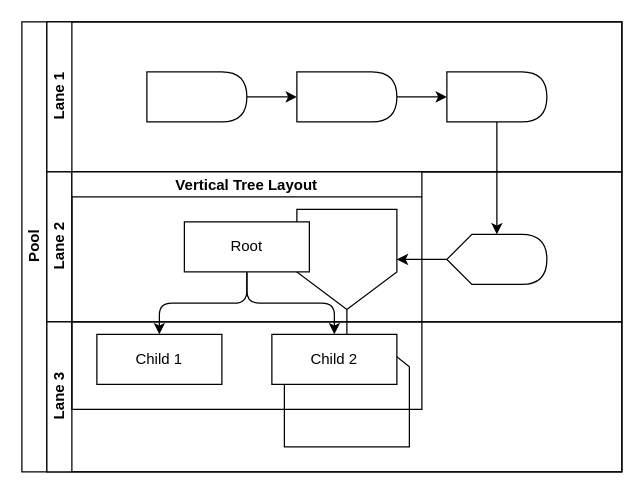
The draw.io diagram page "LayerDemo" (1 of 3) of docs/assets/drawio/exercise.drawio in ShaoOrg/bulletin, before the edit. Source tidied: cells renumbered, new cells numbered last; positions are measured from the earlier drawing's top-left corner, leaving out a move shared by most shapes. Both pictures are drawn from the tidied source at 125%, with x=0, y=0 at pixel (21, 21).
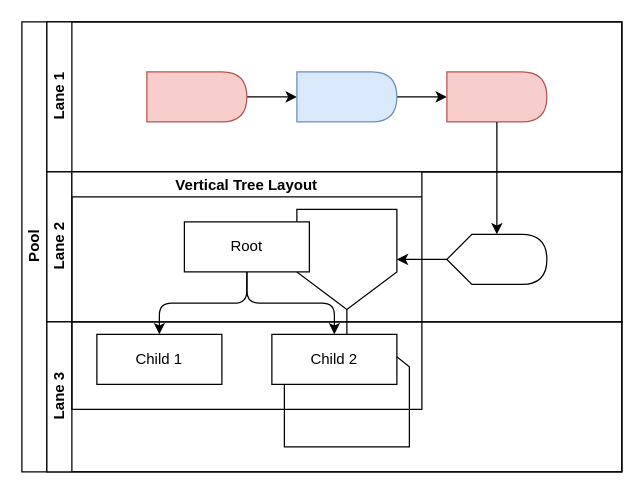
Above is the later version.

Unchanged cells that the change refers to:
```xml
<mxCell id="3" value="Lane 1" style="swimlane;startSize=20;horizontal=0;html=1;" parent="2" vertex="1">
  <mxGeometry x="20" width="460" height="120" as="geometry" />
</mxCell>
```

What changed in the source:
```diff
@@
-    <mxCell id="5" style="shape=delay;whiteSpace=wrap;html=1;" parent="3" vertex="1">
+    <mxCell id="5" style="shape=delay;whiteSpace=wrap;html=1;fillColor=#f8cecc;strokeColor=#b85450;" parent="3" vertex="1">
       <mxGeometry x="80" y="40" width="80" height="40" as="geometry" />
     </mxCell>
@@
-    <mxCell id="7" style="shape=delay;whiteSpace=wrap;html=1;" parent="3" vertex="1">
+    <mxCell id="7" style="shape=delay;whiteSpace=wrap;html=1;fillColor=#dae8fc;strokeColor=#6c8ebf;" parent="3" vertex="1">
       <mxGeometry x="200" y="40" width="80" height="40" as="geometry" />
     </mxCell>
-    <mxCell id="8" style="shape=delay;whiteSpace=wrap;html=1;" parent="3" vertex="1">
+    <mxCell id="8" style="shape=delay;whiteSpace=wrap;html=1;fillColor=#f8cecc;strokeColor=#b85450;" parent="3" vertex="1">
       <mxGeometry x="320" y="40" width="80" height="40" as="geometry" />
     </mxCell>
```
